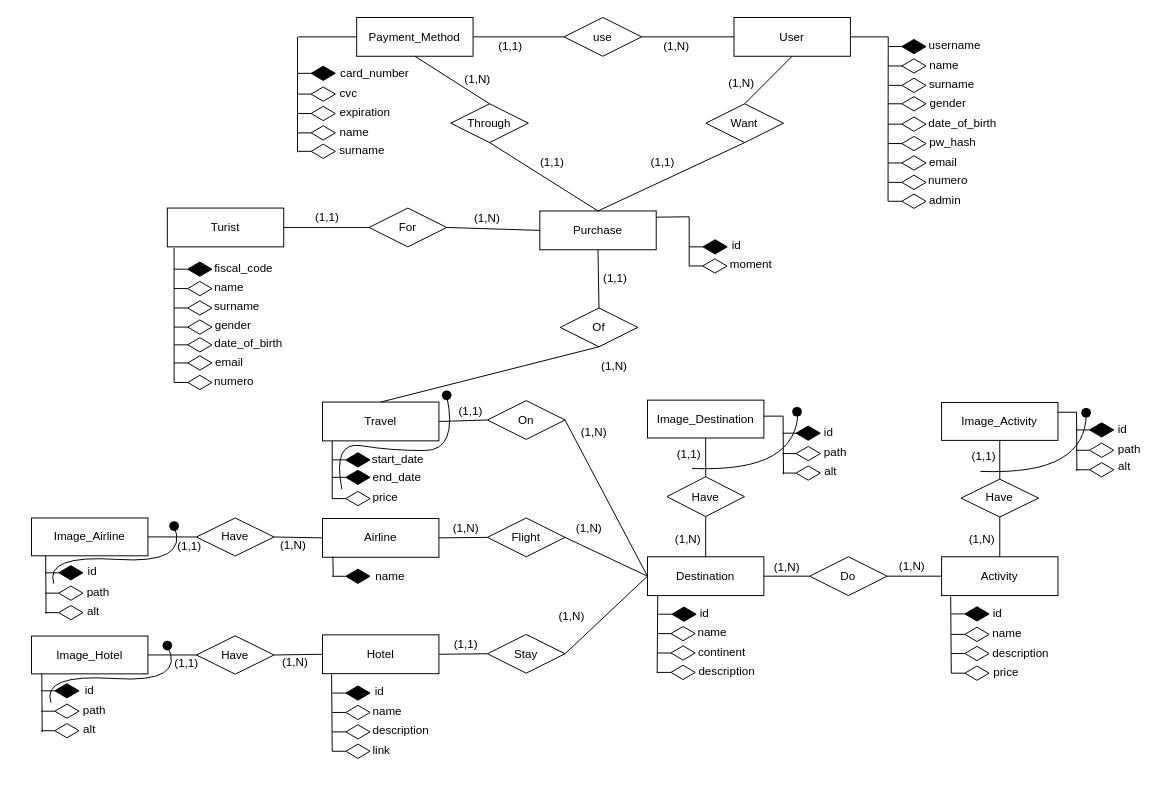
The draw.io diagram database/diagramma.drawio in tech-web-unipd/sito-viaggi, before the edit. Source tidied: cells renumbered, new cells numbered last; positions are measured from the earlier drawing's top-left corner, leaving out a move shared by most shapes. Both pictures are drawn from the tidied source at 97%, with x=0, y=0 at pixel (31, 17).
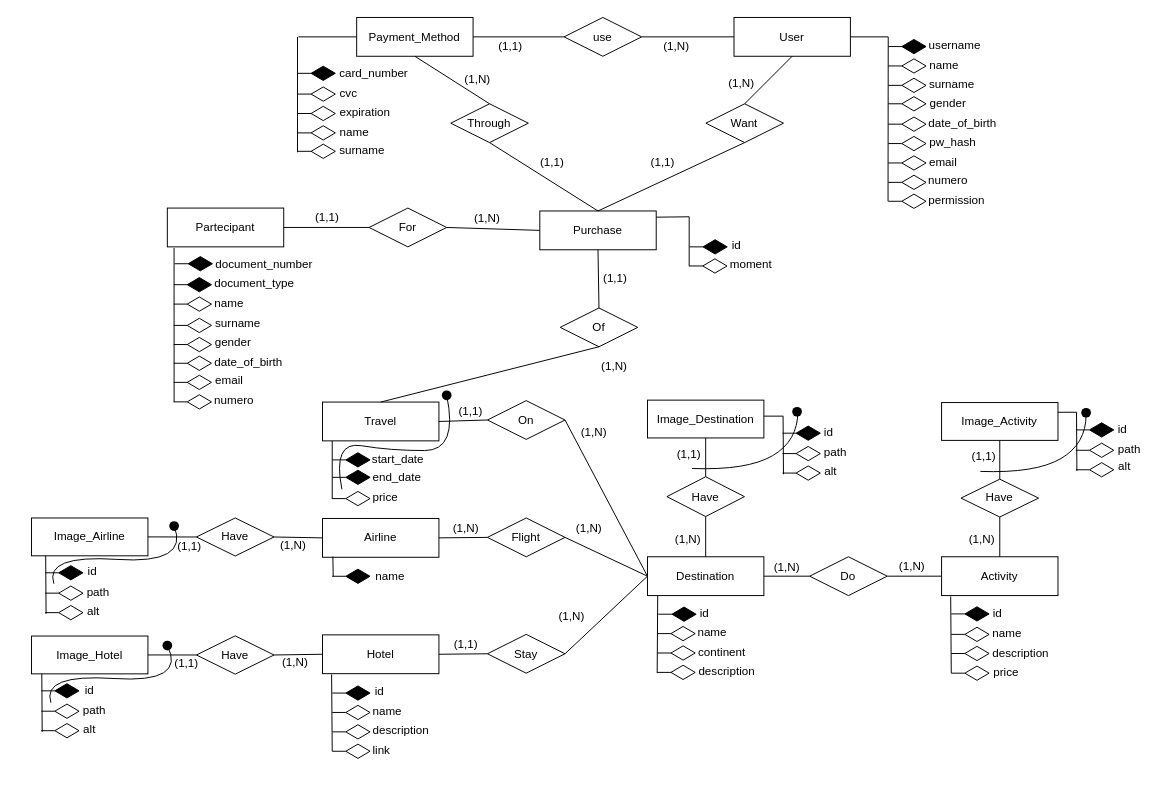
The same page after the edit.

Change to the diagram source:
```diff
@@
     <mxCell id="154" value="card_number" style="text;html=1;strokeColor=none;fillColor=none;align=center;verticalAlign=middle;whiteSpace=wrap;rounded=0;" parent="1" vertex="1">
-      <mxGeometry x="324.2" y="46.5" width="60" height="20" as="geometry" />
+      <mxGeometry x="323.2" y="46.5" width="60" height="20" as="geometry" />
     </mxCell>
@@
-    <mxCell id="181" value="admin&lt;br&gt;" style="text;html=1;strokeColor=none;fillColor=none;align=center;verticalAlign=middle;whiteSpace=wrap;rounded=0;" parent="1" vertex="1">
-      <mxGeometry x="912.2" y="178" width="60" height="20" as="geometry" />
+    <mxCell id="181" value="permission" style="text;html=1;strokeColor=none;fillColor=none;align=center;verticalAlign=middle;whiteSpace=wrap;rounded=0;" parent="1" vertex="1">
+      <mxGeometry x="924.2" y="178" width="60" height="20" as="geometry" />
     </mxCell>
@@
-    <mxCell id="188" value="Turist" style="rounded=0;whiteSpace=wrap;html=1;" parent="1" vertex="1">
+    <mxCell id="188" value="Partecipant" style="rounded=0;whiteSpace=wrap;html=1;" parent="1" vertex="1">
       <mxGeometry x="140" y="196" width="120" height="40" as="geometry" />
     </mxCell>
@@
     <mxCell id="194" style="endArrow=diamondThin;endFill=1;endSize=24;html=1;rounded=0;" parent="1" edge="1">
       <mxGeometry relative="1" as="geometry">
-        <mxPoint x="147" y="259" as="sourcePoint" />
-        <mxPoint x="187" y="259" as="targetPoint" />
+        <mxPoint x="146.5" y="275" as="sourcePoint" />
+        <mxPoint x="186.5" y="275" as="targetPoint" />
       </mxGeometry>
     </mxCell>
-    <mxCell id="195" value="fiscal_code" style="text;html=1;strokeColor=none;fillColor=none;align=center;verticalAlign=middle;whiteSpace=wrap;rounded=0;" parent="1" vertex="1">
-      <mxGeometry x="189" y="248" width="60" height="20" as="geometry" />
+    <mxCell id="195" value="document_type" style="text;html=1;strokeColor=none;fillColor=none;align=center;verticalAlign=middle;whiteSpace=wrap;rounded=0;" parent="1" vertex="1">
+      <mxGeometry x="199.5" y="264" width="60" height="20" as="geometry" />
     </mxCell>
     <mxCell id="196" value="name" style="text;html=1;strokeColor=none;fillColor=none;align=center;verticalAlign=middle;whiteSpace=wrap;rounded=0;" parent="1" vertex="1">
-      <mxGeometry x="174" y="268" width="60" height="20" as="geometry" />
+      <mxGeometry x="173.5" y="284" width="60" height="20" as="geometry" />
     </mxCell>
     <mxCell id="197" value="surname" style="text;html=1;strokeColor=none;fillColor=none;align=center;verticalAlign=middle;whiteSpace=wrap;rounded=0;" parent="1" vertex="1">
-      <mxGeometry x="182" y="288" width="60" height="20" as="geometry" />
+      <mxGeometry x="182.5" y="305" width="60" height="20" as="geometry" />
     </mxCell>
     <mxCell id="198" style="endArrow=diamondThin;endFill=0;endSize=24;html=1;rounded=0;" parent="1" edge="1">
       <mxGeometry relative="1" as="geometry">
-        <mxPoint x="147" y="279" as="sourcePoint" />
-        <mxPoint x="187" y="279" as="targetPoint" />
+        <mxPoint x="146.5" y="295" as="sourcePoint" />
+        <mxPoint x="186.5" y="295" as="targetPoint" />
       </mxGeometry>
     </mxCell>
     <mxCell id="199" style="endArrow=diamondThin;endFill=0;endSize=24;html=1;rounded=0;" parent="1" edge="1">
       <mxGeometry relative="1" as="geometry">
-        <mxPoint x="147" y="299" as="sourcePoint" />
-        <mxPoint x="187" y="299" as="targetPoint" />
+        <mxPoint x="146.5" y="317" as="sourcePoint" />
+        <mxPoint x="186.5" y="317" as="targetPoint" />
       </mxGeometry>
     </mxCell>
     <mxCell id="200" style="endArrow=diamondThin;endFill=0;endSize=24;html=1;rounded=0;" parent="1" edge="1">
       <mxGeometry relative="1" as="geometry">
-        <mxPoint x="147" y="318.7" as="sourcePoint" />
-        <mxPoint x="187" y="318.7" as="targetPoint" />
+        <mxPoint x="146.5" y="336.7" as="sourcePoint" />
+        <mxPoint x="186.5" y="336.7" as="targetPoint" />
       </mxGeometry>
     </mxCell>
     <mxCell id="201" style="endArrow=diamondThin;endFill=0;endSize=24;html=1;rounded=0;" parent="1" edge="1">
       <mxGeometry relative="1" as="geometry">
-        <mxPoint x="147" y="337" as="sourcePoint" />
-        <mxPoint x="187" y="337" as="targetPoint" />
+        <mxPoint x="146.5" y="356" as="sourcePoint" />
+        <mxPoint x="186.5" y="356" as="targetPoint" />
       </mxGeometry>
     </mxCell>
     <mxCell id="202" style="endArrow=diamondThin;endFill=0;endSize=24;html=1;rounded=0;" parent="1" edge="1">
       <mxGeometry relative="1" as="geometry">
-        <mxPoint x="147" y="355.7" as="sourcePoint" />
-        <mxPoint x="187" y="355.7" as="targetPoint" />
+        <mxPoint x="146.5" y="375.7" as="sourcePoint" />
+        <mxPoint x="186.5" y="375.7" as="targetPoint" />
       </mxGeometry>
     </mxCell>
     <mxCell id="203" style="endArrow=none;html=1;rounded=0;entryX=0.058;entryY=1.03;entryDx=0;entryDy=0;entryPerimeter=0;" parent="1" edge="1" target="188">
       <mxGeometry relative="1" as="geometry">
-        <mxPoint x="147" y="376" as="sourcePoint" />
+        <mxPoint x="147" y="396" as="sourcePoint" />
       </mxGeometry>
     </mxCell>
     <mxCell id="204" value="gender" style="text;html=1;strokeColor=none;fillColor=none;align=center;verticalAlign=middle;whiteSpace=wrap;rounded=0;" parent="1" vertex="1">
-      <mxGeometry x="178" y="307" width="60" height="20" as="geometry" />
+      <mxGeometry x="177.5" y="325" width="60" height="20" as="geometry" />
     </mxCell>
     <mxCell id="205" value="date_of_birth" style="text;html=1;strokeColor=none;fillColor=none;align=center;verticalAlign=middle;whiteSpace=wrap;rounded=0;" parent="1" vertex="1">
-      <mxGeometry x="194" y="326" width="60" height="20" as="geometry" />
+      <mxGeometry x="193.5" y="345" width="60" height="20" as="geometry" />
     </mxCell>
     <mxCell id="206" value="email" style="text;html=1;strokeColor=none;fillColor=none;align=center;verticalAlign=middle;whiteSpace=wrap;rounded=0;" parent="1" vertex="1">
-      <mxGeometry x="174" y="345" width="60" height="20" as="geometry" />
+      <mxGeometry x="173.5" y="364" width="60" height="20" as="geometry" />
     </mxCell>
     <mxCell id="207" value="numero" style="text;html=1;strokeColor=none;fillColor=none;align=center;verticalAlign=middle;whiteSpace=wrap;rounded=0;" parent="1" vertex="1">
-      <mxGeometry x="179" y="365" width="60" height="20" as="geometry" />
+      <mxGeometry x="178.5" y="384" width="60" height="20" as="geometry" />
     </mxCell>
     <mxCell id="208" style="endArrow=diamondThin;endFill=0;endSize=24;html=1;rounded=0;" parent="1" edge="1">
       <mxGeometry relative="1" as="geometry">
-        <mxPoint x="147" y="375.8" as="sourcePoint" />
-        <mxPoint x="187" y="375.8" as="targetPoint" />
+        <mxPoint x="146.5" y="395.8" as="sourcePoint" />
+        <mxPoint x="186.5" y="395.8" as="targetPoint" />
       </mxGeometry>
     </mxCell>
@@
+    <mxCell id="212" style="endArrow=diamondThin;endFill=1;endSize=24;html=1;rounded=0;" parent="1" edge="1">
+      <mxGeometry relative="1" as="geometry">
+        <mxPoint x="147.5" y="253.4" as="sourcePoint" />
+        <mxPoint x="187.5" y="253.4" as="targetPoint" />
+      </mxGeometry>
+    </mxCell>
+    <mxCell id="213" value="document_number" style="text;html=1;strokeColor=none;fillColor=none;align=center;verticalAlign=middle;whiteSpace=wrap;rounded=0;" parent="1" vertex="1">
+      <mxGeometry x="210" y="244" width="60" height="20" as="geometry" />
+    </mxCell>
```
